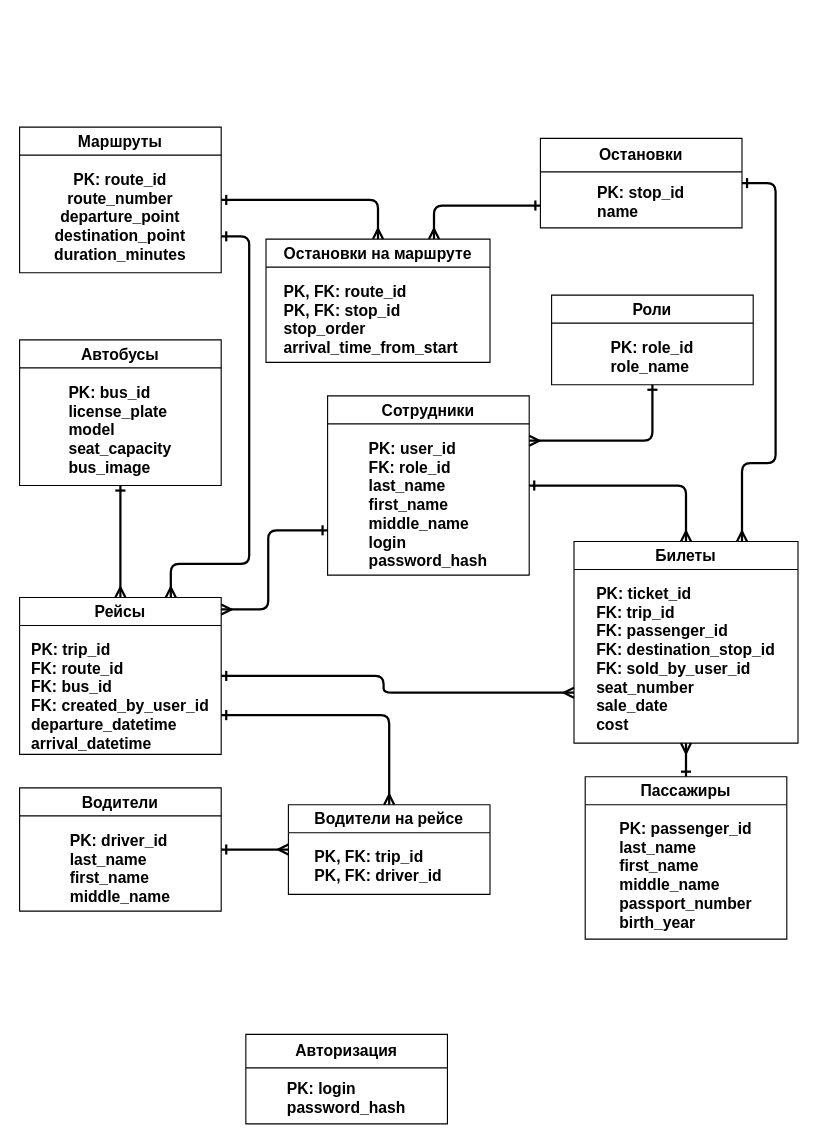
Apehovesrame/PpassengerTransportation keeps this draw.io diagram as CourseProjectDBMS/database/models/logical/Логическая модель.drawio. Above is the earlier version. Source tidied: cells renumbered, new cells numbered last; positions are measured from the earlier drawing's top-left corner, leaving out a move shared by most shapes. Both pictures are drawn from the tidied source at 112%, with x=0, y=0 at pixel (19, 127).
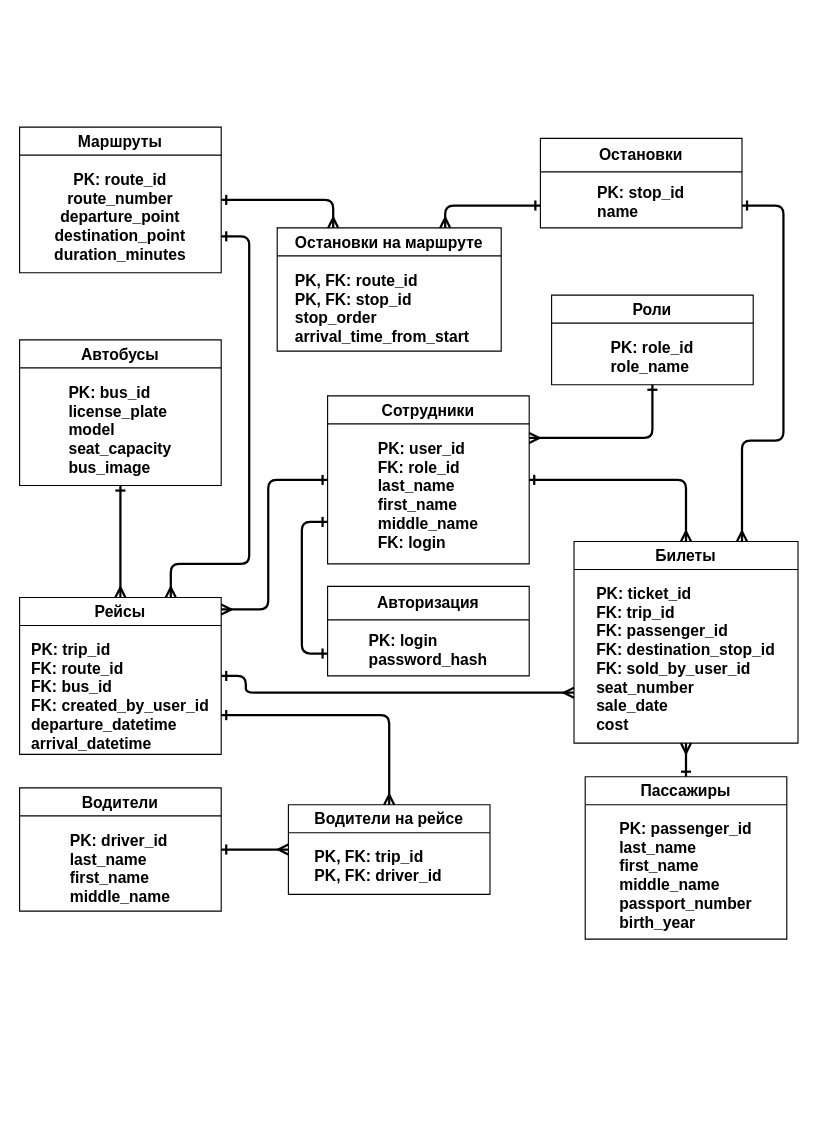
The same diagram, later.

Unchanged cells that the change refers to:
```xml
<mxCell id="2" value="&lt;div&gt;&lt;b style=&quot;background-color: transparent; color: light-dark(rgb(0, 0, 0), rgb(255, 255, 255));&quot;&gt;&lt;br&gt;&lt;/b&gt;&lt;/div&gt;&lt;b style=&quot;background-color: transparent; color: light-dark(rgb(0, 0, 0), rgb(255, 255, 255));&quot;&gt;&lt;div&gt;&lt;b style=&quot;background-color: transparent; color: light-dark(rgb(0, 0, 0), rgb(255, 255, 255));&quot;&gt;&lt;br&gt;&lt;/b&gt;&lt;/div&gt;&lt;div&gt;&lt;b style=&quot;background-color: transparent; color: light-dark(rgb(0, 0, 0), rgb(255, 255, 255));&quot;&gt;&lt;br&gt;&lt;/b&gt;&lt;/div&gt;&lt;div&gt;&lt;b style=&quot;background-color: transparent; color: light-dark(rgb(0, 0, 0), rgb(255, 255, 255));&quot;&gt;&lt;br&gt;&lt;/b&gt;&lt;/div&gt;&lt;div&gt;&lt;b style=&quot;background-color: transparent; color: light-dark(rgb(0, 0, 0), rgb(255, 255, 255));&quot;&gt;&lt;br&gt;&lt;/b&gt;&lt;/div&gt;&lt;div&gt;&lt;b style=&quot;background-color: transparent; color: light-dark(rgb(0, 0, 0), rgb(255, 255, 255));&quot;&gt;&lt;br&gt;&lt;/b&gt;&lt;/div&gt;&lt;div&gt;&lt;b style=&quot;background-color: transparent; color: light-dark(rgb(0, 0, 0), rgb(255, 255, 255));&quot;&gt;Маршруты&lt;/b&gt;&lt;/div&gt;&lt;div&gt;&lt;b style=&quot;background-color: transparent; color: light-dark(rgb(0, 0, 0), rgb(255, 255, 255));&quot;&gt;&lt;br&gt;&lt;/b&gt;&lt;/div&gt;&lt;/b&gt;&lt;span style=&quot;background-color: transparent; color: light-dark(rgb(0, 0, 0), rgb(255, 255, 255));&quot;&gt;PK: route_id&lt;/span&gt;&lt;br&gt;&lt;span style=&quot;background-color: transparent; color: light-dark(rgb(0, 0, 0), rgb(255, 255, 255));&quot;&gt;route_number&lt;/span&gt;&lt;br&gt;&lt;span style=&quot;background-color: transparent; color: light-dark(rgb(0, 0, 0), rgb(255, 255, 255));&quot;&gt;departure_point&lt;/span&gt;&lt;br&gt;&lt;span style=&quot;background-color: transparent; color: light-dark(rgb(0, 0, 0), rgb(255, 255, 255));&quot;&gt;destination_point&lt;/span&gt;&lt;br&gt;&lt;span style=&quot;background-color: transparent; color: light-dark(rgb(0, 0, 0), rgb(255, 255, 255));&quot;&gt;duration_minutes&lt;/span&gt;" style="shape=table;startSize=25;childLayout=tableLayout;rowLines=0;fontStyle=1;align=center;strokeWidth=1;whiteSpace=wrap;html=1;snapToPoint=0;fixDash=0;backgroundOutline=0;enumerate=0;arcSize=15;verticalAlign=middle;spacing=2;fontSize=14;" parent="1" vertex="1">
  <mxGeometry width="180" height="130" as="geometry" />
</mxCell>
<mxCell id="3" value="&lt;div&gt;&lt;b&gt;&lt;br&gt;&lt;/b&gt;&lt;/div&gt;&lt;b&gt;&lt;div&gt;&lt;b&gt;&lt;br&gt;&lt;/b&gt;&lt;/div&gt;&lt;div&gt;&lt;b style=&quot;background-color: transparent; color: light-dark(rgb(0, 0, 0), rgb(255, 255, 255));&quot;&gt;&lt;br&gt;&lt;/b&gt;&lt;/div&gt;&lt;div&gt;&lt;b style=&quot;background-color: transparent; color: light-dark(rgb(0, 0, 0), rgb(255, 255, 255));&quot;&gt;Остановки&lt;/b&gt;&lt;/div&gt;&lt;div&gt;&lt;b style=&quot;background-color: transparent; color: light-dark(rgb(0, 0, 0), rgb(255, 255, 255));&quot;&gt;&lt;br&gt;&lt;/b&gt;&lt;/div&gt;&lt;/b&gt;&lt;div style=&quot;text-align: left;&quot;&gt;&lt;span style=&quot;background-color: transparent; color: light-dark(rgb(0, 0, 0), rgb(255, 255, 255));&quot;&gt;PK: stop_id&lt;/span&gt;&lt;/div&gt;&lt;div style=&quot;text-align: left;&quot;&gt;&lt;span style=&quot;background-color: transparent; color: light-dark(rgb(0, 0, 0), rgb(255, 255, 255));&quot;&gt;name&lt;/span&gt;&lt;/div&gt;" style="shape=table;startSize=30;childLayout=tableLayout;rowLines=0;fontStyle=1;align=center;strokeWidth=1;whiteSpace=wrap;html=1;snapToPoint=0;fixDash=0;backgroundOutline=0;enumerate=0;arcSize=15;verticalAlign=middle;spacing=2;fontSize=14;" parent="1" vertex="1">
  <mxGeometry x="465" y="10" width="180" height="80" as="geometry" />
</mxCell>
<mxCell id="5" value="&lt;div&gt;&lt;b&gt;&lt;br&gt;&lt;/b&gt;&lt;/div&gt;&lt;b&gt;&lt;div&gt;&lt;b&gt;&lt;br&gt;&lt;/b&gt;&lt;/div&gt;&lt;div&gt;&lt;b&gt;&lt;br&gt;&lt;/b&gt;&lt;/div&gt;&lt;div&gt;&lt;b&gt;&lt;br&gt;&lt;/b&gt;&lt;/div&gt;&lt;div&gt;&lt;b&gt;&lt;br&gt;&lt;/b&gt;&lt;/div&gt;&lt;div&gt;&lt;b&gt;&lt;br&gt;&lt;/b&gt;&lt;/div&gt;&lt;div&gt;&lt;b&gt;&lt;br&gt;&lt;/b&gt;&lt;/div&gt;Рейсы&lt;/b&gt;&lt;div&gt;&lt;br&gt;&lt;div style=&quot;text-align: left;&quot;&gt;&lt;span style=&quot;background-color: transparent; color: light-dark(rgb(0, 0, 0), rgb(255, 255, 255));&quot;&gt;PK: trip_id&lt;/span&gt;&lt;/div&gt;&lt;div style=&quot;text-align: left;&quot;&gt;&lt;span style=&quot;background-color: transparent; color: light-dark(rgb(0, 0, 0), rgb(255, 255, 255));&quot;&gt;FK: route_id&lt;/span&gt;&lt;/div&gt;&lt;div style=&quot;text-align: left;&quot;&gt;&lt;span style=&quot;background-color: transparent; color: light-dark(rgb(0, 0, 0), rgb(255, 255, 255));&quot;&gt;FK: bus_id&lt;/span&gt;&lt;/div&gt;&lt;div style=&quot;text-align: left;&quot;&gt;&lt;span style=&quot;background-color: transparent; text-align: center;&quot;&gt;FK:&amp;nbsp;&lt;/span&gt;&lt;span style=&quot;background-color: transparent;&quot;&gt;created_by_user_id&lt;/span&gt;&lt;/div&gt;&lt;div style=&quot;text-align: left;&quot;&gt;&lt;span style=&quot;background-color: transparent; color: light-dark(rgb(0, 0, 0), rgb(255, 255, 255));&quot;&gt;departure_datetime&lt;/span&gt;&lt;/div&gt;&lt;/div&gt;&lt;div style=&quot;text-align: left;&quot;&gt;&lt;span style=&quot;background-color: transparent;&quot;&gt;arrival_datetime&lt;/span&gt;&lt;/div&gt;" style="shape=table;startSize=25;childLayout=tableLayout;rowLines=0;fontStyle=1;align=center;strokeWidth=1;whiteSpace=wrap;html=1;snapToPoint=0;fixDash=0;backgroundOutline=0;enumerate=0;arcSize=15;verticalAlign=middle;spacing=2;fontSize=14;" parent="1" vertex="1">
  <mxGeometry y="420" width="180" height="140" as="geometry" />
</mxCell>
<mxCell id="10" value="&lt;div&gt;&lt;b&gt;&lt;br&gt;&lt;/b&gt;&lt;/div&gt;&lt;b&gt;&lt;div&gt;&lt;b&gt;&lt;br&gt;&lt;/b&gt;&lt;/div&gt;&lt;div&gt;&lt;b&gt;&lt;br&gt;&lt;/b&gt;&lt;/div&gt;&lt;div&gt;&lt;b&gt;&lt;br&gt;&lt;/b&gt;&lt;/div&gt;&lt;div&gt;&lt;b&gt;&lt;br&gt;&lt;/b&gt;&lt;/div&gt;&lt;div&gt;&lt;b&gt;&lt;br&gt;&lt;/b&gt;&lt;/div&gt;&lt;div&gt;&lt;b&gt;&lt;br&gt;&lt;/b&gt;&lt;/div&gt;&lt;div&gt;&lt;b&gt;&lt;br&gt;&lt;/b&gt;&lt;/div&gt;&lt;div&gt;&lt;b&gt;&lt;br&gt;&lt;/b&gt;&lt;/div&gt;Билеты&lt;/b&gt;&lt;div&gt;&lt;br&gt;&lt;div style=&quot;text-align: left;&quot;&gt;&lt;span style=&quot;background-color: transparent; color: light-dark(rgb(0, 0, 0), rgb(255, 255, 255));&quot;&gt;PK: ticket_id&lt;/span&gt;&lt;/div&gt;&lt;div style=&quot;text-align: left;&quot;&gt;&lt;span style=&quot;background-color: transparent; color: light-dark(rgb(0, 0, 0), rgb(255, 255, 255));&quot;&gt;FK: trip_id&lt;/span&gt;&lt;/div&gt;&lt;div style=&quot;text-align: left;&quot;&gt;&lt;span style=&quot;background-color: transparent; color: light-dark(rgb(0, 0, 0), rgb(255, 255, 255));&quot;&gt;FK: passenger_id&lt;/span&gt;&lt;/div&gt;&lt;div style=&quot;text-align: left;&quot;&gt;&lt;span style=&quot;background-color: transparent; color: light-dark(rgb(0, 0, 0), rgb(255, 255, 255));&quot;&gt;FK: destination_stop_id&lt;/span&gt;&lt;/div&gt;&lt;div style=&quot;text-align: left;&quot;&gt;&lt;span style=&quot;background-color: transparent;&quot;&gt;FK: sold_by_user_id&lt;/span&gt;&lt;/div&gt;&lt;div style=&quot;text-align: left;&quot;&gt;&lt;span style=&quot;background-color: transparent; color: light-dark(rgb(0, 0, 0), rgb(255, 255, 255));&quot;&gt;seat_number&lt;/span&gt;&lt;/div&gt;&lt;div style=&quot;text-align: left;&quot;&gt;&lt;span style=&quot;background-color: transparent; color: light-dark(rgb(0, 0, 0), rgb(255, 255, 255));&quot;&gt;sale_date&lt;/span&gt;&lt;/div&gt;&lt;div style=&quot;text-align: left;&quot;&gt;&lt;span style=&quot;background-color: transparent; color: light-dark(rgb(0, 0, 0), rgb(255, 255, 255));&quot;&gt;cost&lt;/span&gt;&lt;/div&gt;&lt;/div&gt;" style="shape=table;startSize=25;childLayout=tableLayout;rowLines=0;fontStyle=1;align=center;strokeWidth=1;whiteSpace=wrap;html=1;swimlaneLine=1;rounded=0;shadow=0;swimlaneFillColor=none;verticalAlign=middle;snapToPoint=0;fixDash=0;backgroundOutline=0;enumerate=0;arcSize=15;spacing=2;fontSize=14;" parent="1" vertex="1">
  <mxGeometry x="495" y="370" width="200" height="180" as="geometry" />
</mxCell>
```

Diff of the diagram source:
```diff
@@
     <mxCell id="4" value="&lt;div&gt;&lt;b&gt;&lt;br&gt;&lt;/b&gt;&lt;/div&gt;&lt;b&gt;&lt;div&gt;&lt;b&gt;&lt;br&gt;&lt;/b&gt;&lt;/div&gt;&lt;div&gt;&lt;b&gt;&lt;br&gt;&lt;/b&gt;&lt;/div&gt;&lt;div&gt;&lt;b&gt;&lt;br&gt;&lt;/b&gt;&lt;/div&gt;&lt;div&gt;&lt;b&gt;&lt;br&gt;&lt;/b&gt;&lt;/div&gt;&lt;div&gt;&lt;b style=&quot;background-color: transparent; color: light-dark(rgb(0, 0, 0), rgb(255, 255, 255));&quot;&gt;Остановки на маршруте&lt;/b&gt;&lt;/div&gt;&lt;/b&gt;&lt;div&gt;&lt;div style=&quot;text-align: left;&quot;&gt;&lt;br&gt;&lt;/div&gt;&lt;div style=&quot;text-align: left;&quot;&gt;&lt;span style=&quot;background-color: transparent; color: light-dark(rgb(0, 0, 0), rgb(255, 255, 255));&quot;&gt;PK, FK:&lt;/span&gt;&lt;span style=&quot;background-color: transparent; color: light-dark(rgb(0, 0, 0), rgb(255, 255, 255));&quot;&gt;&amp;nbsp;route_id&lt;/span&gt;&lt;/div&gt;&lt;div style=&quot;text-align: left;&quot;&gt;&lt;span style=&quot;background-color: transparent; color: light-dark(rgb(0, 0, 0), rgb(255, 255, 255));&quot;&gt;PK, FK:&lt;/span&gt;&lt;span style=&quot;background-color: transparent; color: light-dark(rgb(0, 0, 0), rgb(255, 255, 255));&quot;&gt;&amp;nbsp;stop_id&lt;/span&gt;&lt;/div&gt;&lt;div style=&quot;text-align: left;&quot;&gt;&lt;span style=&quot;background-color: transparent; color: light-dark(rgb(0, 0, 0), rgb(255, 255, 255));&quot;&gt;stop_order&lt;/span&gt;&lt;/div&gt;&lt;div style=&quot;text-align: left;&quot;&gt;&lt;span style=&quot;background-color: transparent; color: light-dark(rgb(0, 0, 0), rgb(255, 255, 255));&quot;&gt;arrival_time_from_start&lt;/span&gt;&lt;/div&gt;&lt;/div&gt;" style="shape=table;startSize=25;childLayout=tableLayout;rowLines=0;fontStyle=1;align=center;strokeWidth=1;whiteSpace=wrap;html=1;snapToPoint=0;fixDash=0;backgroundOutline=0;enumerate=0;arcSize=15;verticalAlign=middle;spacing=2;fontSize=14;" parent="1" vertex="1">
-      <mxGeometry x="220" y="100" width="200" height="110" as="geometry" />
+      <mxGeometry x="230" y="90" width="200" height="110" as="geometry" />
     </mxCell>
@@
-    <mxCell id="11" style="edgeStyle=orthogonalEdgeStyle;endArrow=ERmany;startArrow=ERone;endFill=1;startFill=1;strokeWidth=2;entryX=0.5;entryY=0;entryDx=0;entryDy=0;snapToPoint=0;fixDash=0;backgroundOutline=0;enumerate=0;arcSize=15;verticalAlign=middle;spacing=2;fontSize=14;exitX=1;exitY=0.5;exitDx=0;exitDy=0;" parent="1" edge="1" source="2" target="4">
+    <mxCell id="11" style="edgeStyle=orthogonalEdgeStyle;endArrow=ERmany;startArrow=ERone;endFill=1;startFill=1;strokeWidth=2;snapToPoint=0;fixDash=0;backgroundOutline=0;enumerate=0;arcSize=15;verticalAlign=middle;spacing=2;fontSize=14;exitX=1;exitY=0.5;exitDx=0;exitDy=0;entryX=0.25;entryY=0;entryDx=0;entryDy=0;" parent="1" edge="1" source="2" target="4">
       <mxGeometry relative="1" as="geometry">
         <Array as="points">
-          <mxPoint x="320" y="65" />
+          <mxPoint x="280" y="65" />
         </Array>
       </mxGeometry>
     </mxCell>
     <mxCell id="12" style="edgeStyle=orthogonalEdgeStyle;endArrow=ERmany;startArrow=ERone;endFill=1;startFill=1;strokeWidth=2;snapToPoint=0;fixDash=0;backgroundOutline=0;enumerate=0;arcSize=15;verticalAlign=middle;spacing=2;fontSize=14;exitX=0;exitY=0.75;exitDx=0;exitDy=0;entryX=0.75;entryY=0;entryDx=0;entryDy=0;" parent="1" edge="1" source="3" target="4">
       <mxGeometry relative="1" as="geometry">
         <Array as="points">
-          <mxPoint x="370" y="70" />
+          <mxPoint x="380" y="70" />
         </Array>
       </mxGeometry>
     </mxCell>
@@
     <mxCell id="17" style="edgeStyle=orthogonalEdgeStyle;endArrow=ERmany;startArrow=ERone;endFill=1;startFill=1;strokeWidth=2;snapToPoint=0;fixDash=0;backgroundOutline=0;enumerate=0;arcSize=15;verticalAlign=middle;spacing=2;fontSize=14;exitX=1;exitY=0.5;exitDx=0;exitDy=0;entryX=0;entryY=0.75;entryDx=0;entryDy=0;" parent="1" edge="1" source="5" target="10">
       <mxGeometry relative="1" as="geometry">
         <Array as="points">
-          <mxPoint x="325" y="490" />
-          <mxPoint x="325" y="505" />
+          <mxPoint x="202" y="490" />
+          <mxPoint x="202" y="505" />
         </Array>
       </mxGeometry>
     </mxCell>
@@
-    <mxCell id="19" style="edgeStyle=orthogonalEdgeStyle;endArrow=ERmany;startArrow=ERone;endFill=1;startFill=1;strokeWidth=2;snapToPoint=0;fixDash=0;backgroundOutline=0;enumerate=0;arcSize=15;verticalAlign=middle;spacing=2;fontSize=14;entryX=0.75;entryY=0;entryDx=0;entryDy=0;" parent="1" edge="1" source="3" target="10">
+    <mxCell id="19" style="edgeStyle=orthogonalEdgeStyle;endArrow=ERmany;startArrow=ERone;endFill=1;startFill=1;strokeWidth=2;snapToPoint=0;fixDash=0;backgroundOutline=0;enumerate=0;arcSize=15;verticalAlign=middle;spacing=2;fontSize=14;entryX=0.75;entryY=0;entryDx=0;entryDy=0;exitX=1;exitY=0.75;exitDx=0;exitDy=0;" parent="1" edge="1" source="3" target="10">
       <mxGeometry relative="1" as="geometry">
         <Array as="points">
-          <mxPoint x="675" y="50" />
-          <mxPoint x="675" y="300" />
-          <mxPoint x="645" y="300" />
+          <mxPoint x="682" y="70" />
+          <mxPoint x="682" y="280" />
+          <mxPoint x="645" y="280" />
         </Array>
       </mxGeometry>
     </mxCell>
-    <mxCell id="20" value="&lt;div&gt;&lt;br&gt;&lt;/div&gt;&lt;div style=&quot;&quot;&gt;&lt;br&gt;&lt;/div&gt;&lt;div style=&quot;&quot;&gt;&lt;span style=&quot;background-color: transparent; color: light-dark(rgb(0, 0, 0), rgb(255, 255, 255));&quot;&gt;&lt;br&gt;&lt;/span&gt;&lt;/div&gt;&lt;div style=&quot;&quot;&gt;&lt;br&gt;&lt;/div&gt;&lt;div style=&quot;&quot;&gt;&lt;br&gt;&lt;/div&gt;&lt;div style=&quot;&quot;&gt;&lt;br&gt;&lt;/div&gt;&lt;div style=&quot;&quot;&gt;&lt;br&gt;&lt;/div&gt;&lt;div style=&quot;&quot;&gt;&lt;b style=&quot;background-color: transparent; color: light-dark(rgb(0, 0, 0), rgb(255, 255, 255));&quot;&gt;&lt;br&gt;&lt;/b&gt;&lt;/div&gt;&lt;div style=&quot;&quot;&gt;&lt;b style=&quot;background-color: transparent; color: light-dark(rgb(0, 0, 0), rgb(255, 255, 255));&quot;&gt;Сотрудники&lt;/b&gt;&lt;/div&gt;&lt;div&gt;&lt;b&gt;&lt;br&gt;&lt;/b&gt;&lt;/div&gt;&lt;div style=&quot;text-align: left;&quot;&gt;&lt;span style=&quot;background-color: transparent; color: light-dark(rgb(0, 0, 0), rgb(255, 255, 255));&quot;&gt;PK:&amp;nbsp;&lt;/span&gt;&lt;span style=&quot;background-color: transparent; color: light-dark(rgb(0, 0, 0), rgb(255, 255, 255));&quot;&gt;user_id&lt;/span&gt;&lt;/div&gt;&lt;div style=&quot;text-align: left;&quot;&gt;FK:&amp;nbsp;role_id&lt;/div&gt;&lt;div style=&quot;text-align: left;&quot;&gt;&lt;span style=&quot;background-color: transparent;&quot;&gt;last_name&lt;/span&gt;&lt;/div&gt;&lt;div style=&quot;text-align: left;&quot;&gt;&lt;span style=&quot;background-color: transparent;&quot;&gt;first_name&lt;/span&gt;&lt;/div&gt;&lt;div style=&quot;text-align: left;&quot;&gt;&lt;span style=&quot;background-color: transparent;&quot;&gt;middle_name&lt;/span&gt;&lt;/div&gt;&lt;div style=&quot;text-align: left;&quot;&gt;login&lt;/div&gt;&lt;div style=&quot;text-align: left;&quot;&gt;password_hash&lt;/div&gt;" style="shape=table;startSize=25;childLayout=tableLayout;rowLines=0;fontStyle=1;align=center;strokeWidth=1;whiteSpace=wrap;html=1;snapToPoint=0;fixDash=0;backgroundOutline=0;enumerate=0;arcSize=15;verticalAlign=middle;spacing=2;fontSize=14;" parent="1" vertex="1">
-      <mxGeometry x="275" y="240" width="180" height="160" as="geometry" />
+    <mxCell id="20" value="&lt;div&gt;&lt;br&gt;&lt;/div&gt;&lt;div style=&quot;&quot;&gt;&lt;br&gt;&lt;/div&gt;&lt;div style=&quot;&quot;&gt;&lt;span style=&quot;background-color: transparent; color: light-dark(rgb(0, 0, 0), rgb(255, 255, 255));&quot;&gt;&lt;br&gt;&lt;/span&gt;&lt;/div&gt;&lt;div style=&quot;&quot;&gt;&lt;br&gt;&lt;/div&gt;&lt;div style=&quot;&quot;&gt;&lt;br&gt;&lt;/div&gt;&lt;div style=&quot;&quot;&gt;&lt;br&gt;&lt;/div&gt;&lt;div style=&quot;&quot;&gt;&lt;br&gt;&lt;/div&gt;&lt;div style=&quot;&quot;&gt;&lt;b style=&quot;background-color: transparent; color: light-dark(rgb(0, 0, 0), rgb(255, 255, 255));&quot;&gt;&lt;br&gt;&lt;/b&gt;&lt;/div&gt;&lt;div style=&quot;&quot;&gt;&lt;b style=&quot;background-color: transparent; color: light-dark(rgb(0, 0, 0), rgb(255, 255, 255));&quot;&gt;Сотрудники&lt;/b&gt;&lt;/div&gt;&lt;div&gt;&lt;br&gt;&lt;/div&gt;&lt;div style=&quot;text-align: left;&quot;&gt;&lt;span style=&quot;background-color: transparent; color: light-dark(rgb(0, 0, 0), rgb(255, 255, 255));&quot;&gt;PK:&amp;nbsp;&lt;/span&gt;&lt;span style=&quot;background-color: transparent; color: light-dark(rgb(0, 0, 0), rgb(255, 255, 255));&quot;&gt;user_id&lt;/span&gt;&lt;/div&gt;&lt;div style=&quot;text-align: left;&quot;&gt;FK:&amp;nbsp;role_id&lt;/div&gt;&lt;div style=&quot;text-align: left;&quot;&gt;&lt;span style=&quot;background-color: transparent;&quot;&gt;last_name&lt;/span&gt;&lt;/div&gt;&lt;div style=&quot;text-align: left;&quot;&gt;&lt;span style=&quot;background-color: transparent;&quot;&gt;first_name&lt;/span&gt;&lt;/div&gt;&lt;div style=&quot;text-align: left;&quot;&gt;&lt;span style=&quot;background-color: transparent;&quot;&gt;middle_name&lt;/span&gt;&lt;/div&gt;&lt;div style=&quot;text-align: left;&quot;&gt;FK: login&lt;/div&gt;&lt;div style=&quot;text-align: left;&quot;&gt;&lt;br&gt;&lt;/div&gt;" style="shape=table;startSize=25;childLayout=tableLayout;rowLines=0;fontStyle=1;align=center;strokeWidth=1;whiteSpace=wrap;html=1;snapToPoint=0;fixDash=0;backgroundOutline=0;enumerate=0;arcSize=15;verticalAlign=middle;spacing=2;fontSize=14;" parent="1" vertex="1">
+      <mxGeometry x="275" y="240" width="180" height="150" as="geometry" />
     </mxCell>
@@
-    <mxCell id="23" style="edgeStyle=orthogonalEdgeStyle;endArrow=ERmany;startArrow=ERone;endFill=1;startFill=1;strokeWidth=2;snapToPoint=0;fixDash=0;backgroundOutline=0;enumerate=0;arcSize=15;verticalAlign=middle;spacing=2;fontSize=14;entryX=1;entryY=0.076;entryDx=0;entryDy=0;entryPerimeter=0;exitX=0;exitY=0.75;exitDx=0;exitDy=0;" parent="1" edge="1" source="20" target="5">
+    <mxCell id="23" style="edgeStyle=orthogonalEdgeStyle;endArrow=ERmany;startArrow=ERone;endFill=1;startFill=1;strokeWidth=2;snapToPoint=0;fixDash=0;backgroundOutline=0;enumerate=0;arcSize=15;verticalAlign=middle;spacing=2;fontSize=14;entryX=1;entryY=0.076;entryDx=0;entryDy=0;entryPerimeter=0;exitX=0;exitY=0.5;exitDx=0;exitDy=0;" parent="1" edge="1" source="20" target="5">
       <mxGeometry relative="1" as="geometry">
         <Array as="points">
-          <mxPoint x="222" y="360" />
+          <mxPoint x="222" y="315" />
           <mxPoint x="222" y="431" />
         </Array>
       </mxGeometry>
     </mxCell>
     <mxCell id="24" style="edgeStyle=orthogonalEdgeStyle;endArrow=ERmany;startArrow=ERone;endFill=1;startFill=1;strokeWidth=2;snapToPoint=0;fixDash=0;backgroundOutline=0;enumerate=0;arcSize=15;verticalAlign=middle;spacing=2;fontSize=14;entryX=0.5;entryY=0;entryDx=0;entryDy=0;exitX=1;exitY=0.5;exitDx=0;exitDy=0;" parent="1" edge="1" source="20" target="10">
       <mxGeometry relative="1" as="geometry">
         <Array as="points">
-          <mxPoint x="595" y="320" />
+          <mxPoint x="595" y="315" />
         </Array>
       </mxGeometry>
     </mxCell>
     <mxCell id="25" value="&lt;div&gt;&lt;b&gt;&lt;br&gt;&lt;/b&gt;&lt;/div&gt;&lt;b&gt;&lt;div&gt;&lt;b&gt;&lt;br&gt;&lt;/b&gt;&lt;/div&gt;&lt;div&gt;&lt;b style=&quot;background-color: transparent; color: light-dark(rgb(0, 0, 0), rgb(255, 255, 255));&quot;&gt;&lt;br&gt;&lt;/b&gt;&lt;/div&gt;&lt;div&gt;Авторизация&lt;/div&gt;&lt;/b&gt;&lt;div style=&quot;text-align: left;&quot;&gt;&lt;span style=&quot;background-color: transparent; color: light-dark(rgb(0, 0, 0), rgb(255, 255, 255));&quot;&gt;&lt;br&gt;&lt;/span&gt;&lt;/div&gt;&lt;div style=&quot;text-align: left;&quot;&gt;PK: login&lt;/div&gt;&lt;div style=&quot;text-align: left;&quot;&gt;password_hash&lt;/div&gt;" style="shape=table;startSize=30;childLayout=tableLayout;rowLines=0;fontStyle=1;align=center;strokeWidth=1;whiteSpace=wrap;html=1;snapToPoint=0;fixDash=0;backgroundOutline=0;enumerate=0;arcSize=15;verticalAlign=middle;spacing=2;fontSize=14;" parent="1" vertex="1">
-      <mxGeometry x="202" y="810" width="180" height="80" as="geometry" />
+      <mxGeometry x="275" y="410" width="180" height="80" as="geometry" />
     </mxCell>
+    <mxCell id="26" style="edgeStyle=orthogonalEdgeStyle;endArrow=ERone;startArrow=ERone;endFill=0;startFill=1;strokeWidth=2;snapToPoint=0;fixDash=0;backgroundOutline=0;enumerate=0;arcSize=15;verticalAlign=middle;spacing=2;fontSize=14;exitX=0;exitY=0.75;exitDx=0;exitDy=0;entryX=0;entryY=0.75;entryDx=0;entryDy=0;" parent="1" edge="1" source="25" target="20">
+      <mxGeometry relative="1" as="geometry">
+        <Array as="points">
+          <mxPoint x="252" y="470" />
+          <mxPoint x="252" y="353" />
+        </Array>
+      </mxGeometry>
+    </mxCell>
```
